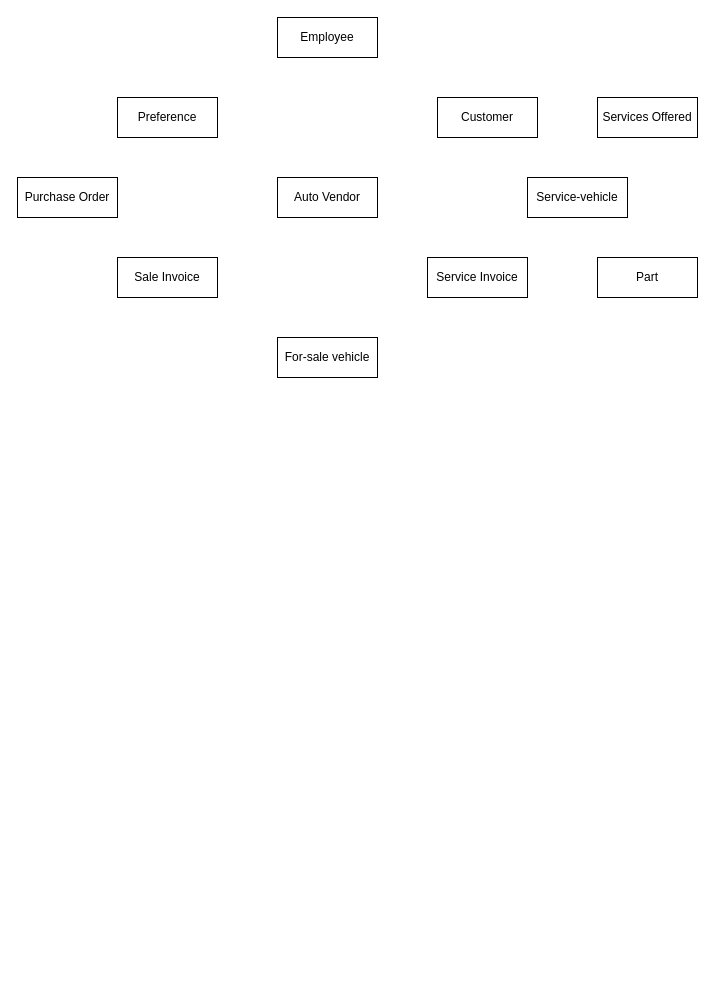
This is ERDProject.drawio from jocamp11/BUS393Project, a draw.io file, before an edit. Source tidied: cells renumbered, new cells numbered last; positions are measured from the earlier drawing's top-left corner, leaving out a move shared by most shapes. Both pictures are drawn from the tidied source at 100%, with x=0, y=0 at pixel (17, 17).
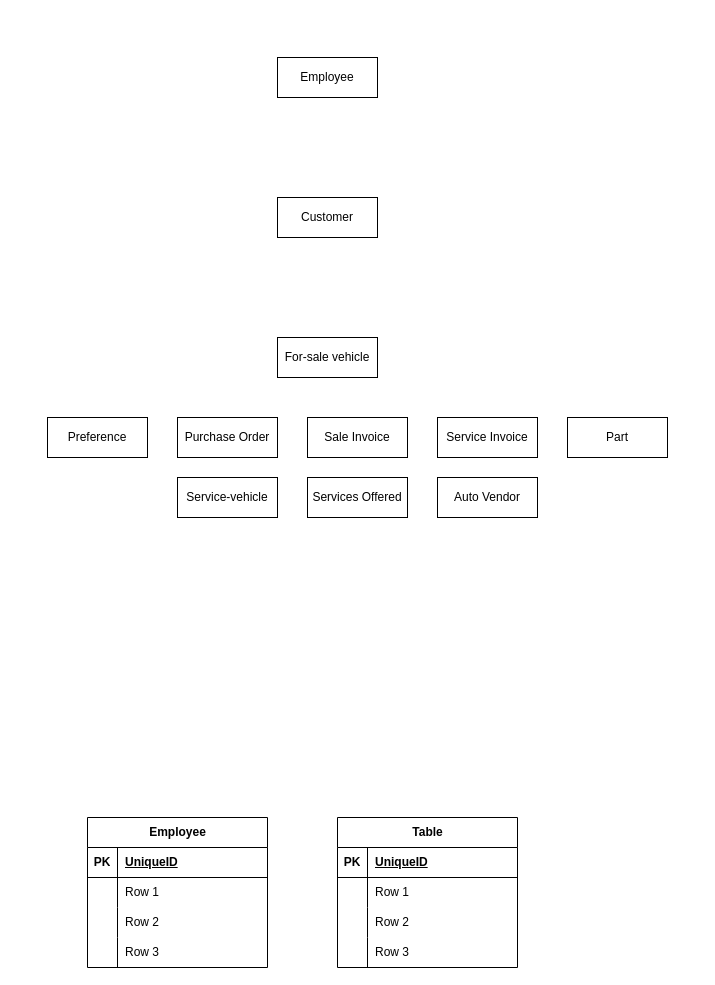
The same diagram, later.

Change to the diagram source:
```diff
@@
     <mxCell id="2" value="Preference" style="whiteSpace=wrap;html=1;align=center;" parent="1" vertex="1">
-      <mxGeometry x="100" y="80" width="100" height="40" as="geometry" />
+      <mxGeometry x="30" y="400" width="100" height="40" as="geometry" />
     </mxCell>
     <mxCell id="3" value="Sale Invoice" style="whiteSpace=wrap;html=1;align=center;" parent="1" vertex="1">
-      <mxGeometry x="100" y="240" width="100" height="40" as="geometry" />
+      <mxGeometry x="290" y="400" width="100" height="40" as="geometry" />
     </mxCell>
     <mxCell id="4" value="Auto Vendor" style="whiteSpace=wrap;html=1;align=center;" parent="1" vertex="1">
-      <mxGeometry x="260" y="160" width="100" height="40" as="geometry" />
+      <mxGeometry x="420" y="460" width="100" height="40" as="geometry" />
     </mxCell>
     <mxCell id="5" value="Customer" style="whiteSpace=wrap;html=1;align=center;" parent="1" vertex="1">
-      <mxGeometry x="420" y="80" width="100" height="40" as="geometry" />
+      <mxGeometry x="260" y="180" width="100" height="40" as="geometry" />
     </mxCell>
     <mxCell id="6" value="Purchase Order" style="whiteSpace=wrap;html=1;align=center;" parent="1" vertex="1">
-      <mxGeometry y="160" width="100" height="40" as="geometry" />
+      <mxGeometry x="160" y="400" width="100" height="40" as="geometry" />
     </mxCell>
     <mxCell id="7" value="Employee" style="whiteSpace=wrap;html=1;align=center;" parent="1" vertex="1">
-      <mxGeometry x="260" width="100" height="40" as="geometry" />
+      <mxGeometry x="260" y="40" width="100" height="40" as="geometry" />
     </mxCell>
@@
     <mxCell id="9" value="Service-vehicle" style="whiteSpace=wrap;html=1;align=center;" parent="1" vertex="1">
-      <mxGeometry x="510" y="160" width="100" height="40" as="geometry" />
+      <mxGeometry x="160" y="460" width="100" height="40" as="geometry" />
     </mxCell>
     <mxCell id="10" value="Service Invoice" style="whiteSpace=wrap;html=1;align=center;" parent="1" vertex="1">
-      <mxGeometry x="410" y="240" width="100" height="40" as="geometry" />
+      <mxGeometry x="420" y="400" width="100" height="40" as="geometry" />
     </mxCell>
     <mxCell id="11" value="Services Offered" style="whiteSpace=wrap;html=1;align=center;" parent="1" vertex="1">
-      <mxGeometry x="580" y="80" width="100" height="40" as="geometry" />
+      <mxGeometry x="290" y="460" width="100" height="40" as="geometry" />
     </mxCell>
     <mxCell id="12" value="Part" style="whiteSpace=wrap;html=1;align=center;" parent="1" vertex="1">
-      <mxGeometry x="580" y="240" width="100" height="40" as="geometry" />
+      <mxGeometry x="550" y="400" width="100" height="40" as="geometry" />
     </mxCell>
+    <mxCell id="13" value="Employee" style="shape=table;startSize=30;childLayout=tableLayout;rowLines=0;fontStyle=1;align=center;html=1;" parent="1" vertex="1">
+      <mxGeometry x="70" y="800" width="180" height="150" as="geometry" />
+    </mxCell>
+    <mxCell id="14" style="shape=tableRow;horizontal=0;startSize=0;swimlaneHead=0;swimlaneBody=0;fillColor=none;top=0;left=0;right=0;bottom=1;" parent="13" vertex="1">
+      <mxGeometry y="30" width="180" height="30" as="geometry" />
+    </mxCell>
+    <mxCell id="15" value="PK" style="shape=partialRectangle;fillColor=none;top=0;left=0;bottom=0;right=0;fontStyle=1;overflow=hidden;whiteSpace=wrap;html=1;" parent="14" vertex="1">
+      <mxGeometry width="30" height="30" as="geometry" />
+    </mxCell>
+    <mxCell id="16" value="UniqueID" style="shape=partialRectangle;fillColor=none;top=0;left=0;bottom=0;right=0;align=left;spacingLeft=6;fontStyle=5;overflow=hidden;whiteSpace=wrap;html=1;" parent="14" vertex="1">
+      <mxGeometry x="30" width="150" height="30" as="geometry" />
+    </mxCell>
+    <mxCell id="17" style="shape=tableRow;horizontal=0;startSize=0;swimlaneHead=0;swimlaneBody=0;fillColor=none;top=0;left=0;right=0;bottom=0;" parent="13" vertex="1">
+      <mxGeometry y="60" width="180" height="30" as="geometry" />
+    </mxCell>
+    <mxCell id="18" style="shape=partialRectangle;fillColor=none;top=0;left=0;bottom=0;right=0;overflow=hidden;whiteSpace=wrap;html=1;" parent="17" vertex="1">
+      <mxGeometry width="30" height="30" as="geometry" />
+    </mxCell>
+    <mxCell id="19" value="Row 1" style="shape=partialRectangle;fillColor=none;top=0;left=0;bottom=0;right=0;align=left;spacingLeft=6;overflow=hidden;whiteSpace=wrap;html=1;" parent="17" vertex="1">
+      <mxGeometry x="30" width="150" height="30" as="geometry" />
+    </mxCell>
+    <mxCell id="20" style="shape=tableRow;horizontal=0;startSize=0;swimlaneHead=0;swimlaneBody=0;fillColor=none;top=0;left=0;right=0;bottom=0;" parent="13" vertex="1">
+      <mxGeometry y="90" width="180" height="30" as="geometry" />
+    </mxCell>
+    <mxCell id="21" style="shape=partialRectangle;fillColor=none;top=0;left=0;bottom=0;right=0;overflow=hidden;whiteSpace=wrap;html=1;" parent="20" vertex="1">
+      <mxGeometry width="30" height="30" as="geometry" />
+    </mxCell>
+    <mxCell id="22" value="Row 2" style="shape=partialRectangle;fillColor=none;top=0;left=0;bottom=0;right=0;align=left;spacingLeft=6;overflow=hidden;whiteSpace=wrap;html=1;" parent="20" vertex="1">
+      <mxGeometry x="30" width="150" height="30" as="geometry" />
+    </mxCell>
+    <mxCell id="23" style="shape=tableRow;horizontal=0;startSize=0;swimlaneHead=0;swimlaneBody=0;fillColor=none;top=0;left=0;right=0;bottom=0;" parent="13" vertex="1">
+      <mxGeometry y="120" width="180" height="30" as="geometry" />
+    </mxCell>
+    <mxCell id="24" style="shape=partialRectangle;fillColor=none;top=0;left=0;bottom=0;right=0;overflow=hidden;whiteSpace=wrap;html=1;" parent="23" vertex="1">
+      <mxGeometry width="30" height="30" as="geometry" />
+    </mxCell>
+    <mxCell id="25" value="Row 3" style="shape=partialRectangle;fillColor=none;top=0;left=0;bottom=0;right=0;align=left;spacingLeft=6;overflow=hidden;whiteSpace=wrap;html=1;" parent="23" vertex="1">
+      <mxGeometry x="30" width="150" height="30" as="geometry" />
+    </mxCell>
+    <mxCell id="26" value="Table" style="shape=table;startSize=30;childLayout=tableLayout;rowLines=0;fontStyle=1;align=center;html=1;" parent="1" vertex="1">
+      <mxGeometry x="320" y="800" width="180" height="150" as="geometry" />
+    </mxCell>
+    <mxCell id="27" style="shape=tableRow;horizontal=0;startSize=0;swimlaneHead=0;swimlaneBody=0;fillColor=none;top=0;left=0;right=0;bottom=1;" parent="26" vertex="1">
+      <mxGeometry y="30" width="180" height="30" as="geometry" />
+    </mxCell>
+    <mxCell id="28" value="PK" style="shape=partialRectangle;fillColor=none;top=0;left=0;bottom=0;right=0;fontStyle=1;overflow=hidden;whiteSpace=wrap;html=1;" parent="27" vertex="1">
+      <mxGeometry width="30" height="30" as="geometry" />
+    </mxCell>
+    <mxCell id="29" value="UniqueID" style="shape=partialRectangle;fillColor=none;top=0;left=0;bottom=0;right=0;align=left;spacingLeft=6;fontStyle=5;overflow=hidden;whiteSpace=wrap;html=1;" parent="27" vertex="1">
+      <mxGeometry x="30" width="150" height="30" as="geometry" />
+    </mxCell>
+    <mxCell id="30" style="shape=tableRow;horizontal=0;startSize=0;swimlaneHead=0;swimlaneBody=0;fillColor=none;top=0;left=0;right=0;bottom=0;" parent="26" vertex="1">
+      <mxGeometry y="60" width="180" height="30" as="geometry" />
+    </mxCell>
+    <mxCell id="31" style="shape=partialRectangle;fillColor=none;top=0;left=0;bottom=0;right=0;overflow=hidden;whiteSpace=wrap;html=1;" parent="30" vertex="1">
+      <mxGeometry width="30" height="30" as="geometry" />
+    </mxCell>
+    <mxCell id="32" value="Row 1" style="shape=partialRectangle;fillColor=none;top=0;left=0;bottom=0;right=0;align=left;spacingLeft=6;overflow=hidden;whiteSpace=wrap;html=1;" parent="30" vertex="1">
+      <mxGeometry x="30" width="150" height="30" as="geometry" />
+    </mxCell>
+    <mxCell id="33" style="shape=tableRow;horizontal=0;startSize=0;swimlaneHead=0;swimlaneBody=0;fillColor=none;top=0;left=0;right=0;bottom=0;" parent="26" vertex="1">
+      <mxGeometry y="90" width="180" height="30" as="geometry" />
+    </mxCell>
+    <mxCell id="34" style="shape=partialRectangle;fillColor=none;top=0;left=0;bottom=0;right=0;overflow=hidden;whiteSpace=wrap;html=1;" parent="33" vertex="1">
+      <mxGeometry width="30" height="30" as="geometry" />
+    </mxCell>
+    <mxCell id="35" value="Row 2" style="shape=partialRectangle;fillColor=none;top=0;left=0;bottom=0;right=0;align=left;spacingLeft=6;overflow=hidden;whiteSpace=wrap;html=1;" parent="33" vertex="1">
+      <mxGeometry x="30" width="150" height="30" as="geometry" />
+    </mxCell>
+    <mxCell id="36" style="shape=tableRow;horizontal=0;startSize=0;swimlaneHead=0;swimlaneBody=0;fillColor=none;top=0;left=0;right=0;bottom=0;" parent="26" vertex="1">
+      <mxGeometry y="120" width="180" height="30" as="geometry" />
+    </mxCell>
+    <mxCell id="37" style="shape=partialRectangle;fillColor=none;top=0;left=0;bottom=0;right=0;overflow=hidden;whiteSpace=wrap;html=1;" parent="36" vertex="1">
+      <mxGeometry width="30" height="30" as="geometry" />
+    </mxCell>
+    <mxCell id="38" value="Row 3" style="shape=partialRectangle;fillColor=none;top=0;left=0;bottom=0;right=0;align=left;spacingLeft=6;overflow=hidden;whiteSpace=wrap;html=1;" parent="36" vertex="1">
+      <mxGeometry x="30" width="150" height="30" as="geometry" />
+    </mxCell>
```
